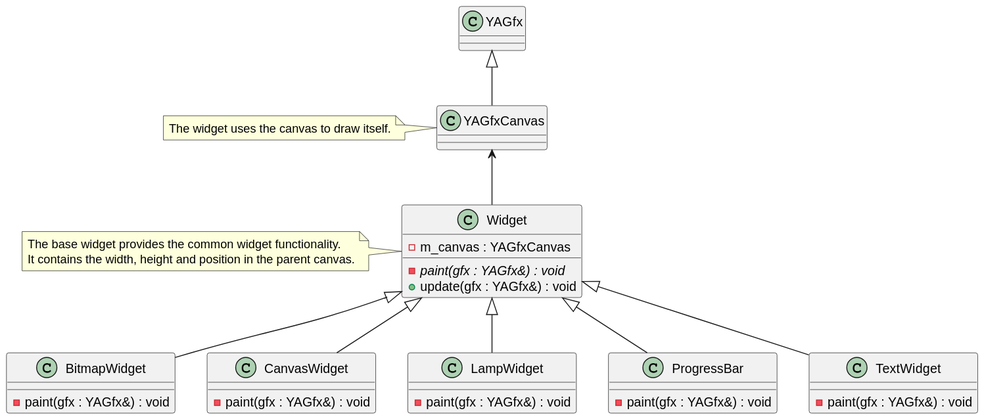
Above: doc/architecture/svg/widgets.svg in BlueAndi/Pixelix (PlantUML), before the change. The source it was exported from:
```plantuml
@startuml
class YAGfx
class YAGfxCanvas

note left of YAGfxCanvas
    The widget uses the canvas to draw itself.
end note

class Widget {
    - m_canvas : YAGfxCanvas
    - {abstract} paint(gfx : YAGfx&) : void
    + update(gfx : YAGfx&) : void
}

note left of Widget
    The base widget provides the common widget functionality.
    It contains the width, height and position in the parent canvas.
end note

YAGfx <|-- YAGfxCanvas
YAGfxCanvas <-- Widget

class BitmapWidget {
    - paint(gfx : YAGfx&) : void
}
class CanvasWidget {
    - paint(gfx : YAGfx&) : void
}

class LampWidget {
    - paint(gfx : YAGfx&) : void
}

class ProgressBar {
    - paint(gfx : YAGfx&) : void
}

class TextWidget {
    - paint(gfx : YAGfx&) : void
}

Widget <|-- BitmapWidget
Widget <|-- CanvasWidget
Widget <|-- LampWidget
Widget <|-- ProgressBar
Widget <|-- TextWidget
@enduml
```
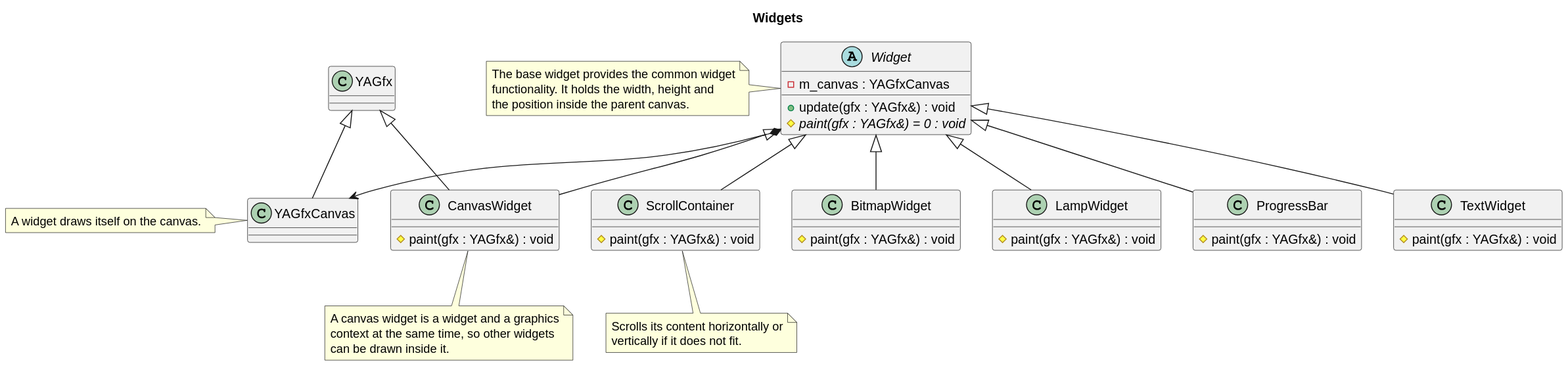
The same file after the commit.

What changed in the source:
```diff
@@ -1,42 +1,50 @@
 @startuml
+title Widgets
+
 class YAGfx
 class YAGfxCanvas
 
 note left of YAGfxCanvas
-    The widget uses the canvas to draw itself.
+    A widget draws itself on the canvas.
 end note
 
-class Widget {
+abstract class Widget {
     - m_canvas : YAGfxCanvas
-    - {abstract} paint(gfx : YAGfx&) : void
     + update(gfx : YAGfx&) : void
+    # {abstract} paint(gfx : YAGfx&) = 0 : void
 }
 
 note left of Widget
-    The base widget provides the common widget functionality.
-    It contains the width, height and position in the parent canvas.
+    The base widget provides the common widget
+    functionality. It holds the width, height and
+    the position inside the parent canvas.
 end note
 
 YAGfx <|-- YAGfxCanvas
-YAGfxCanvas <-- Widget
+Widget *--> YAGfxCanvas
 
 class BitmapWidget {
-    - paint(gfx : YAGfx&) : void
+    # paint(gfx : YAGfx&) : void
 }
+
 class CanvasWidget {
-    - paint(gfx : YAGfx&) : void
+    # paint(gfx : YAGfx&) : void
 }
 
 class LampWidget {
-    - paint(gfx : YAGfx&) : void
+    # paint(gfx : YAGfx&) : void
 }
 
 class ProgressBar {
-    - paint(gfx : YAGfx&) : void
+    # paint(gfx : YAGfx&) : void
 }
 
 class TextWidget {
-    - paint(gfx : YAGfx&) : void
+    # paint(gfx : YAGfx&) : void
+}
+
+class ScrollContainer {
+    # paint(gfx : YAGfx&) : void
 }
 
 Widget <|-- BitmapWidget
@@ -44,4 +52,18 @@
 Widget <|-- LampWidget
 Widget <|-- ProgressBar
 Widget <|-- TextWidget
+Widget <|-- ScrollContainer
+
+YAGfx <|-- CanvasWidget
+
+note bottom of CanvasWidget
+    A canvas widget is a widget and a graphics
+    context at the same time, so other widgets
+    can be drawn inside it.
+end note
+
+note bottom of ScrollContainer
+    Scrolls its content horizontally or
+    vertically if it does not fit.
+end note
 @enduml
```
